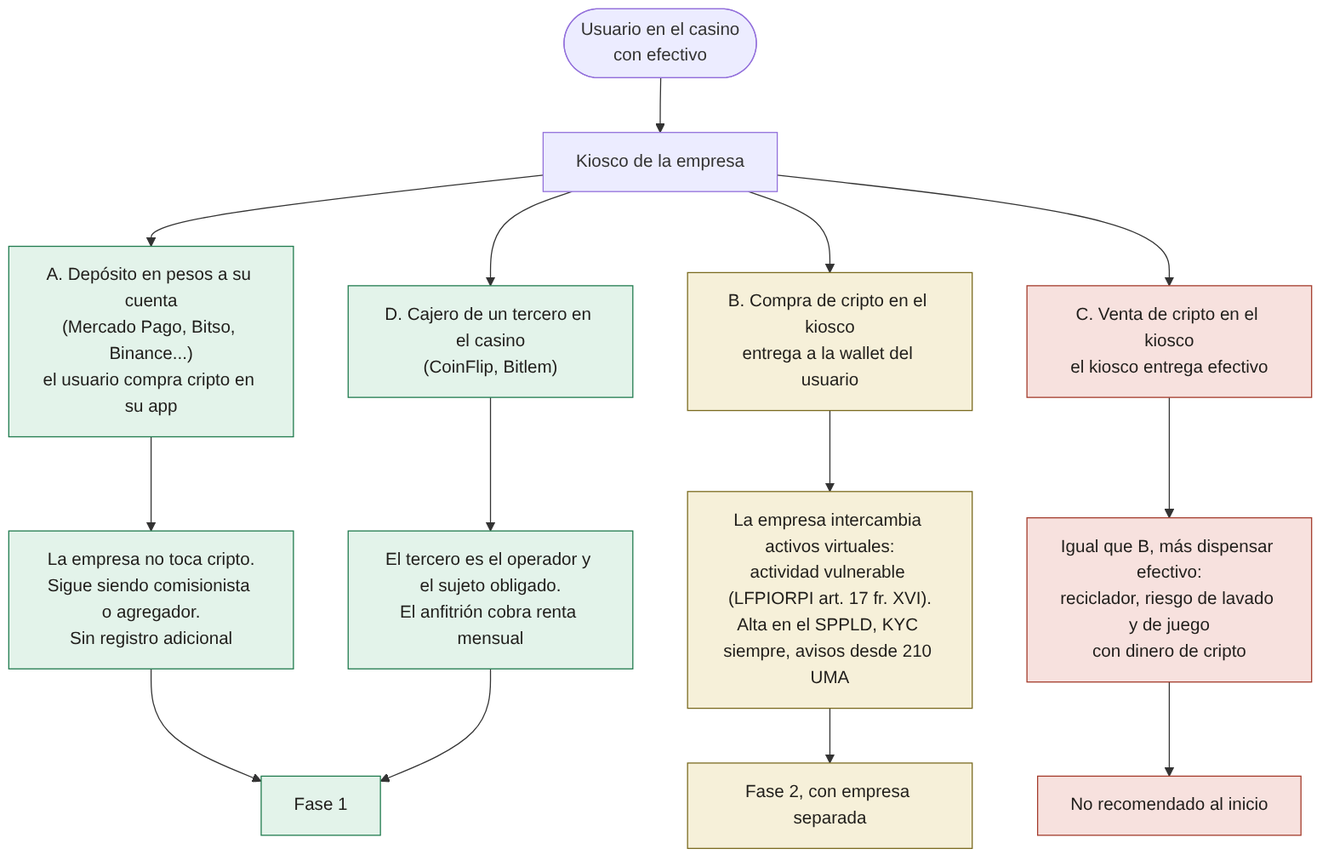
This is estudios/diagramas/d7-cripto-modalidades.png from LuisMaciasC/mclr, a Mermaid export, as it was before one commit. Its source is kept beside it as estudios/diagramas/d7-cripto-modalidades.mmd.
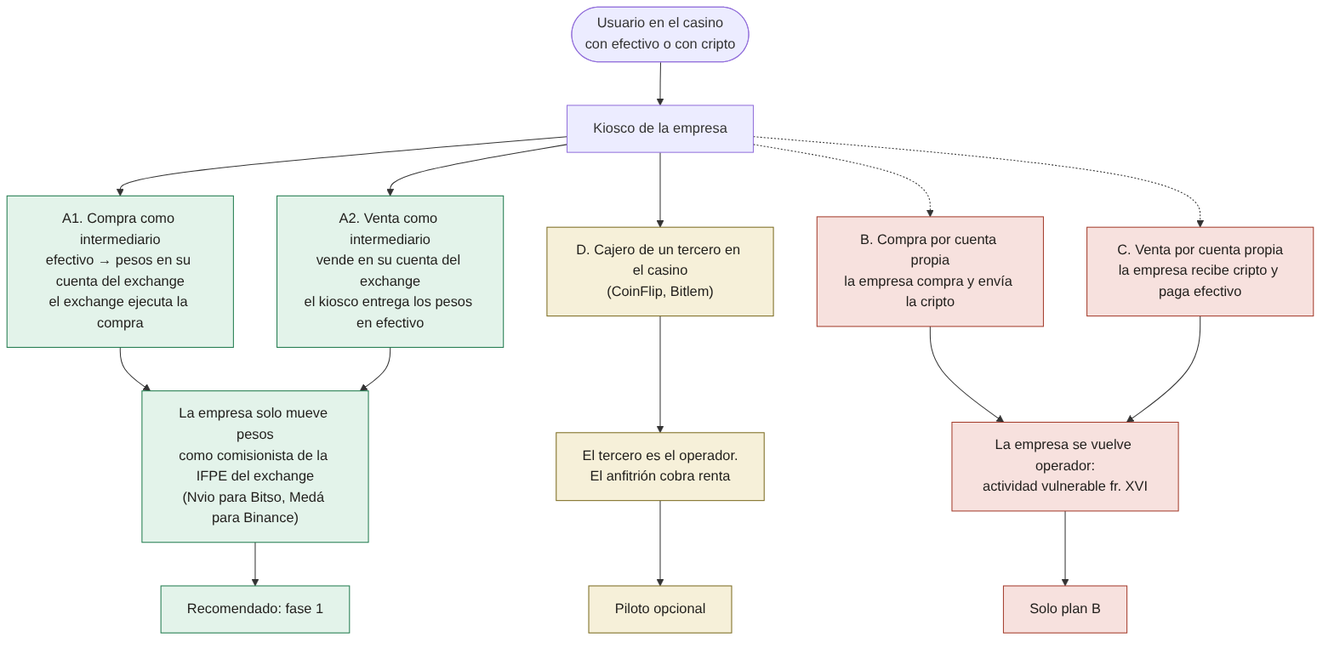
After the change.

Commit message:
Versión 5.1: las 72 entidades en todas las comparativas y cripto como intermediario

The edit, as a diff of the source:
```diff
@@ -1,21 +1,22 @@
 flowchart TB
-  U(["Usuario en el casino<br/>con efectivo"])
+  U(["Usuario en el casino<br/>con efectivo o con cripto"])
   U --> K["Kiosco de la empresa"]
-  K --> A["A. Depósito en pesos a su cuenta<br/>(Mercado Pago, Bitso, Binance...)<br/>el usuario compra cripto en su app"]
-  K --> B["B. Compra de cripto en el kiosco<br/>entrega a la wallet del usuario"]
-  K --> C["C. Venta de cripto en el kiosco<br/>el kiosco entrega efectivo"]
+  K --> A1["A1. Compra como intermediario<br/>efectivo → pesos en su cuenta del exchange<br/>el exchange ejecuta la compra"]
+  K --> A2["A2. Venta como intermediario<br/>vende en su cuenta del exchange<br/>el kiosco entrega los pesos en efectivo"]
   K --> D["D. Cajero de un tercero en el casino<br/>(CoinFlip, Bitlem)"]
-  A --> A1["La empresa no toca cripto.<br/>Sigue siendo comisionista o agregador.<br/>Sin registro adicional"]
-  B --> B1["La empresa intercambia activos virtuales:<br/>actividad vulnerable (LFPIORPI art. 17 fr. XVI).<br/>Alta en el SPPLD, KYC siempre, avisos desde 210 UMA"]
-  C --> C1["Igual que B, más dispensar efectivo:<br/>reciclador, riesgo de lavado y de juego<br/>con dinero de cripto"]
-  D --> D1["El tercero es el operador y el sujeto obligado.<br/>El anfitrión cobra renta mensual"]
-  A1 --> R1["Fase 1"]
-  D1 --> R1
-  B1 --> R2["Fase 2, con empresa separada"]
-  C1 --> R3["No recomendado al inicio"]
+  K -.-> B["B. Compra por cuenta propia<br/>la empresa compra y envía la cripto"]
+  K -.-> C["C. Venta por cuenta propia<br/>la empresa recibe cripto y paga efectivo"]
+  A1 --> F1["La empresa solo mueve pesos<br/>como comisionista de la IFPE del exchange<br/>(Nvio para Bitso, Medá para Binance)"]
+  A2 --> F1
+  D --> F2["El tercero es el operador.<br/>El anfitrión cobra renta"]
+  B --> F3["La empresa se vuelve operador:<br/>actividad vulnerable fr. XVI"]
+  C --> F3
+  F1 --> R1["Recomendado: fase 1"]
+  F2 --> R2["Piloto opcional"]
+  F3 --> R3["Solo plan B"]
   classDef ok fill:#e3f3ea,stroke:#1f7a4d,color:#1f1d1a
   classDef mid fill:#f6f0d9,stroke:#7a6a1f,color:#1f1d1a
   classDef no fill:#f7e1de,stroke:#a33a2a,color:#1f1d1a
-  class A,A1,D,D1,R1 ok
-  class B,B1,R2 mid
-  class C,C1,R3 no
+  class A1,A2,F1,R1 ok
+  class D,F2,R2 mid
+  class B,C,F3,R3 no
```
